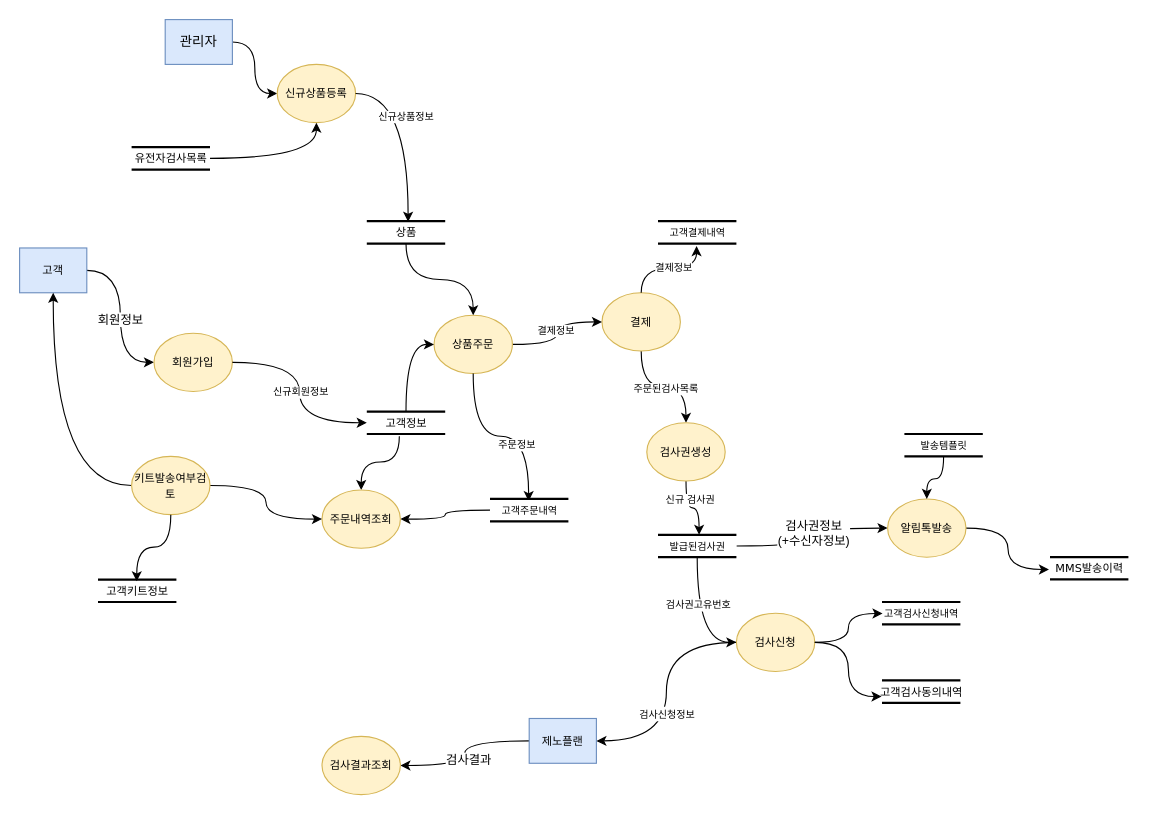
Above: DFD_제노플랜.drawio in k3srpn/Architecture (draw.io), before the change. Source tidied: cells renumbered, new cells numbered last; positions are measured from the earlier drawing's top-left corner, leaving out a move shared by most shapes. Both pictures are drawn from the tidied source at 112%, with x=0, y=0 at pixel (19, 19).
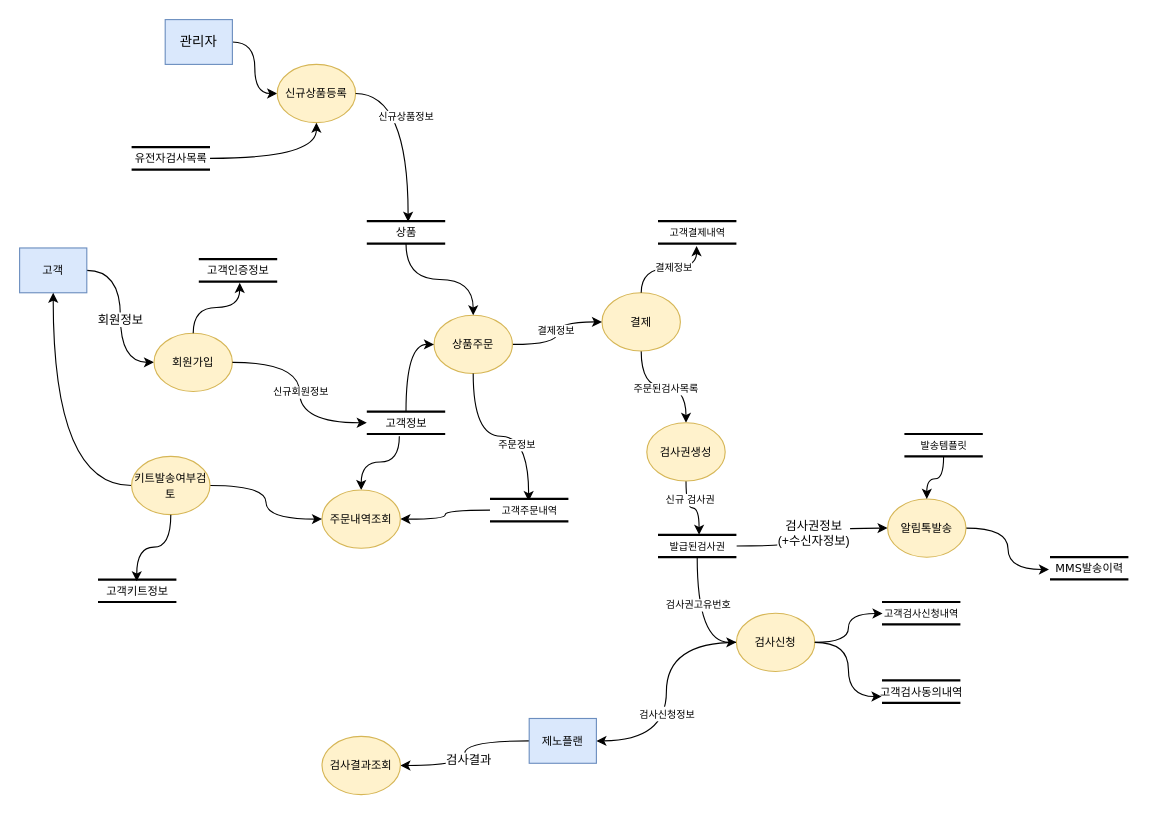
After the change.

Commit message:
고객인증정보 Data store 추가

Unchanged cells that the change refers to:
```xml
<mxCell id="48" value="&lt;span style=&quot;font-size: 10px;&quot;&gt;회원가입&lt;/span&gt;" style="ellipse;whiteSpace=wrap;html=1;rounded=1;shadow=0;comic=0;labelBackgroundColor=none;strokeWidth=1;fontFamily=Verdana;fontSize=12;align=center;fillColor=#fff2cc;strokeColor=#d6b656;" parent="1" vertex="1">
  <mxGeometry x="120" y="280" width="70" height="52" as="geometry" />
</mxCell>
```

Diff of the diagram source:
```diff
@@
+    <mxCell id="63" value="&lt;font size=&quot;1&quot;&gt;고객인증정보&lt;/font&gt;" style="html=1;rounded=0;shadow=0;comic=0;labelBackgroundColor=none;strokeWidth=2;fontFamily=Verdana;fontSize=12;align=center;shape=mxgraph.ios7ui.horLines;" parent="1" vertex="1">
+      <mxGeometry x="160" y="213.9" width="70" height="20" as="geometry" />
+    </mxCell>
+    <mxCell id="64" style="edgeStyle=orthogonalEdgeStyle;rounded=0;jettySize=auto;html=1;entryX=0.522;entryY=1.058;entryDx=0;entryDy=0;entryPerimeter=0;curved=1;" parent="1" edge="1" source="48" target="63">
+      <mxGeometry relative="1" as="geometry" />
+    </mxCell>
```
